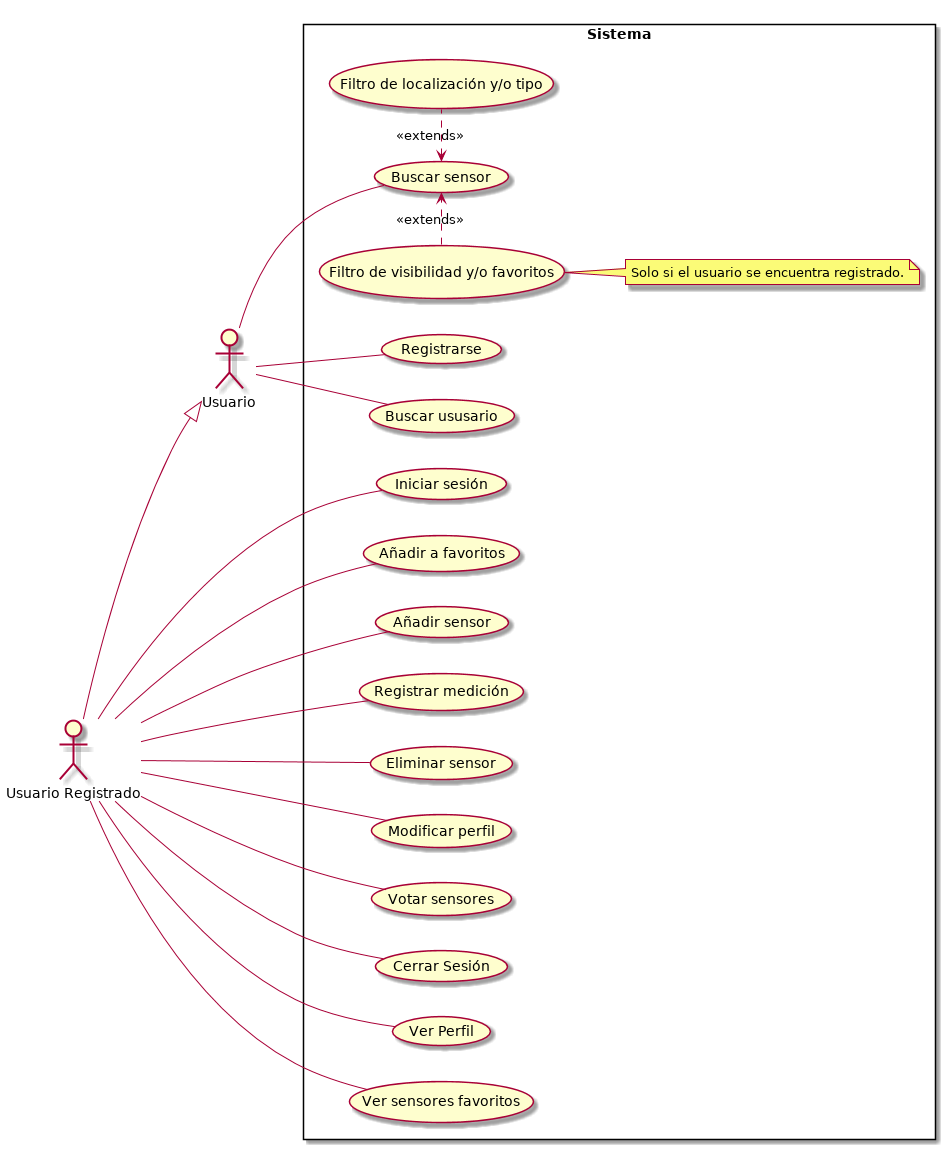
Earlier version of the PlantUML export Diagramas/Casos de Uso/Casos de Uso.png (Canario0/SSW).
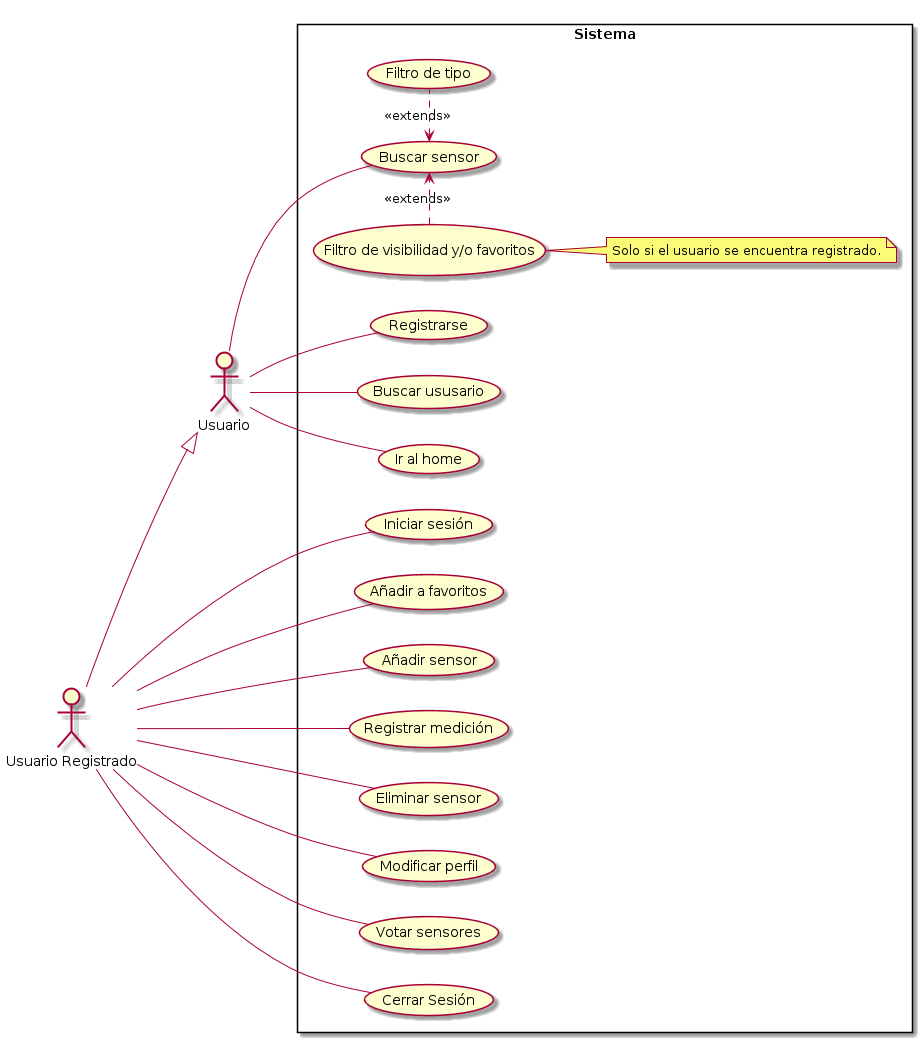
Later version of the same file.

Change to the diagram source:
```diff
@@ -10,7 +10,7 @@
     usecase (Registrarse) as RegUser
     usecase (Buscar sensor) as BusqSensor
     usecase (Buscar ususario) as BusqUser
-    usecase (Filtro de localización y/o tipo) as Filtro1
+    usecase (Filtro de tipo) as Filtro1
     usecase (Iniciar sesión) as Sesion
     usecase (Añadir a favoritos) as Fav
     usecase (Filtro de visibilidad y/o favoritos) as Filtro2
@@ -21,15 +21,16 @@
     usecase (Votar sensores) as VotarSensors
 
     usecase (Cerrar Sesión) as CerrarSesion
-    usecase (Ver Perfil) as VerPerfil
-    usecase (Ver sensores favoritos) as VerFavoritos
+    usecase (Ir al home) as PaginaPrincipal
 
     User -- RegUser
     User -- BusqSensor
     BusqSensor <. Filtro1 : << extends >>
     Filtro2 .right.> BusqSensor : << extends >>
     User -- BusqUser
+    User -- PaginaPrincipal
     Registrado -- Sesion
+    Registrado -- CerrarSesion
     Registrado -- Fav
     Registrado -- RegSensor
     Registrado -- RegMedicion
@@ -37,9 +38,7 @@
     Registrado -- EliSensor
     Registrado -- VotarSensors
 
-    Registrado -- CerrarSesion
-    Registrado -- VerPerfil
-    Registrado -- VerFavoritos
+
 
     User <|-up- Registrado
 
```
